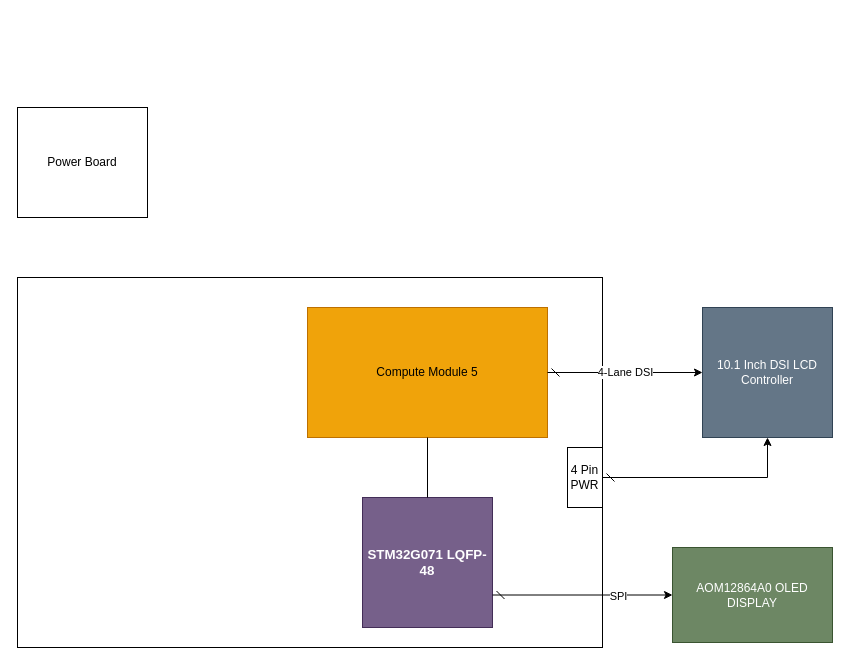
Above: ADS-B Tracker Hardware.drawio in Adaboss/Senior-Design- (draw.io), before the change. Source tidied: cells renumbered, new cells numbered last; positions are measured from the earlier drawing's top-left corner, leaving out a move shared by most shapes. Both pictures are drawn from the tidied source at 100%, with x=0, y=0 at pixel (17, 107).
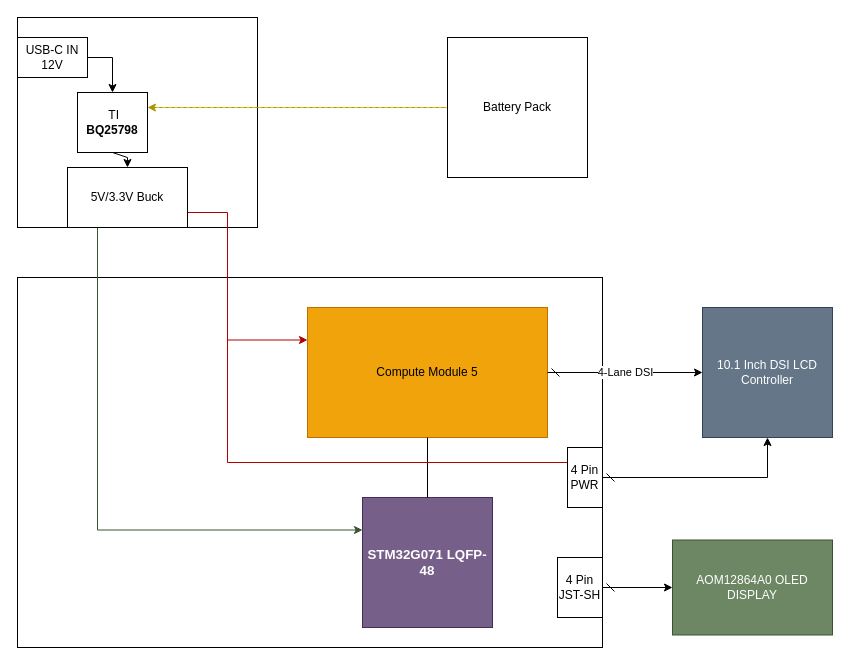
The same diagram, later.

Commit message:
Add Power Board Drawing

The change refers to these unchanged cells:
```xml
<mxCell id="3" value="Compute Module 5" style="rounded=0;whiteSpace=wrap;html=1;fillColor=#f0a30a;fontColor=#000000;strokeColor=#BD7000;" parent="1" vertex="1">
  <mxGeometry x="290" y="200" width="240" height="130" as="geometry" />
</mxCell>
<mxCell id="6" value="&lt;span style=&quot;font-family: Calibri; font-size: 10pt;&quot;&gt;&lt;strong&gt;STM32G071 LQFP-48&lt;/strong&gt;&lt;/span&gt;" style="whiteSpace=wrap;html=1;fillColor=#76608a;fontColor=#ffffff;strokeColor=#432D57;" parent="1" vertex="1">
  <mxGeometry x="345" y="390" width="130" height="130" as="geometry" />
</mxCell>
<mxCell id="11" value="4 Pin PWR" style="rounded=0;whiteSpace=wrap;html=1;" parent="1" vertex="1">
  <mxGeometry x="550" y="340" width="35" height="60" as="geometry" />
</mxCell>
```

Change to the diagram source:
```diff
@@
     <mxCell id="7" value="&lt;p style=&quot;&quot;&gt;&lt;font face=&quot;Helvetica&quot;&gt;&lt;br&gt;&lt;/font&gt;&lt;/p&gt;&lt;p style=&quot;&quot;&gt;&lt;font face=&quot;Helvetica&quot;&gt;AOM12864A0 OLED DISPLAY&lt;/font&gt;&lt;br&gt;&lt;/p&gt;&lt;p style=&quot;&quot;&gt;&lt;br&gt;&lt;/p&gt;" style="rounded=0;whiteSpace=wrap;html=1;fontColor=#ffffff;fillColor=#6d8764;strokeColor=#3A5431;align=center;" parent="1" vertex="1">
-      <mxGeometry x="655" y="440" width="160" height="95" as="geometry" />
+      <mxGeometry x="655" y="432.5" width="160" height="95" as="geometry" />
     </mxCell>
-    <mxCell id="8" style="endArrow=classic;html=1;rounded=0;defaultLabelBackgroundColor=page;exitX=1;exitY=0.75;exitDx=0;exitDy=0;entryX=0;entryY=0.5;entryDx=0;entryDy=0;startArrow=dash;startFill=0;" parent="1" edge="1" source="6" target="7">
-      <mxGeometry relative="1" as="geometry" />
-    </mxCell>
-    <mxCell id="9" value="SPI" style="edgeLabel;html=1;align=center;verticalAlign=middle;inheritText=1;defaultLabelBackgroundColor=page;" parent="8" vertex="1">
-      <mxGeometry x="0.39" relative="1" as="geometry">
-        <mxPoint y="1" as="offset" />
-      </mxGeometry>
-    </mxCell>
@@
+    <mxCell id="14" style="edgeStyle=none;rounded=0;jettySize=auto;html=1;exitX=0;exitY=0.25;exitDx=0;exitDy=0;entryX=1;entryY=0.75;entryDx=0;entryDy=0;defaultLabelBackgroundColor=page;fillColor=#e51400;strokeColor=#B20000;" parent="1" edge="1" source="11" target="25">
+      <mxGeometry relative="1" as="geometry">
+        <Array as="points">
+          <mxPoint x="210" y="355" />
+          <mxPoint x="210" y="105" />
+        </Array>
+      </mxGeometry>
+    </mxCell>
@@
-    <mxCell id="13" value="Power Board" style="rounded=0;whiteSpace=wrap;html=1;" parent="1" vertex="1">
-      <mxGeometry width="130" height="110" as="geometry" />
+    <mxCell id="13" style="rounded=0;whiteSpace=wrap;html=1;align=left;" parent="1" vertex="1">
+      <mxGeometry y="-90" width="240" height="210" as="geometry" />
     </mxCell>
+    <mxCell id="15" value="4 Pin JST-SH" style="rounded=0;whiteSpace=wrap;html=1;" parent="1" vertex="1">
+      <mxGeometry x="540" y="450" width="45" height="60" as="geometry" />
+    </mxCell>
+    <mxCell id="16" style="endArrow=classic;html=1;rounded=0;defaultLabelBackgroundColor=page;exitX=1;exitY=0.5;exitDx=0;exitDy=0;entryX=0;entryY=0.5;entryDx=0;entryDy=0;startArrow=dash;startFill=0;" parent="1" edge="1" source="15" target="7">
+      <mxGeometry relative="1" as="geometry" />
+    </mxCell>
+    <mxCell id="17" style="edgeStyle=none;rounded=0;jettySize=auto;html=1;exitX=0;exitY=0.5;exitDx=0;exitDy=0;entryX=1;entryY=0.25;entryDx=0;entryDy=0;defaultLabelBackgroundColor=page;fillColor=#e3c800;strokeColor=#B09500;shape=wire;dashed=1;" parent="1" edge="1" source="18" target="22">
+      <mxGeometry relative="1" as="geometry" />
+    </mxCell>
+    <mxCell id="18" value="Battery Pack" style="whiteSpace=wrap;html=1;" parent="1" vertex="1">
+      <mxGeometry x="430" y="-70" width="140" height="140" as="geometry" />
+    </mxCell>
+    <mxCell id="19" style="edgeStyle=none;rounded=0;jettySize=auto;html=1;exitX=1;exitY=0.5;exitDx=0;exitDy=0;entryX=0.5;entryY=0;entryDx=0;entryDy=0;defaultLabelBackgroundColor=page;" parent="1" edge="1" source="20" target="22">
+      <mxGeometry relative="1" as="geometry">
+        <Array as="points">
+          <mxPoint x="95" y="-50" />
+        </Array>
+      </mxGeometry>
+    </mxCell>
+    <mxCell id="20" value="USB-C IN 12V" style="rounded=0;whiteSpace=wrap;html=1;" parent="1" vertex="1">
+      <mxGeometry y="-70" width="70" height="40" as="geometry" />
+    </mxCell>
+    <mxCell id="21" style="edgeStyle=none;rounded=0;jettySize=auto;html=1;exitX=0.5;exitY=1;exitDx=0;exitDy=0;entryX=0.5;entryY=0;entryDx=0;entryDy=0;defaultLabelBackgroundColor=page;" parent="1" edge="1" source="22" target="25">
+      <mxGeometry relative="1" as="geometry">
+        <Array as="points">
+          <mxPoint x="110" y="50" />
+        </Array>
+      </mxGeometry>
+    </mxCell>
+    <mxCell id="22" value="&amp;nbsp;TI &lt;strong&gt;BQ25798&lt;/strong&gt;" style="rounded=0;whiteSpace=wrap;html=1;" parent="1" vertex="1">
+      <mxGeometry x="60" y="-15" width="70" height="60" as="geometry" />
+    </mxCell>
+    <mxCell id="23" style="edgeStyle=none;rounded=0;jettySize=auto;html=1;exitX=0.25;exitY=1;exitDx=0;exitDy=0;entryX=0;entryY=0.25;entryDx=0;entryDy=0;defaultLabelBackgroundColor=page;fillColor=#6d8764;strokeColor=#3A5431;" parent="1" edge="1" source="25" target="6">
+      <mxGeometry relative="1" as="geometry">
+        <Array as="points">
+          <mxPoint x="80" y="422.5" />
+        </Array>
+      </mxGeometry>
+    </mxCell>
+    <mxCell id="24" style="edgeStyle=none;rounded=0;jettySize=auto;html=1;exitX=1;exitY=0.75;exitDx=0;exitDy=0;entryX=0;entryY=0.25;entryDx=0;entryDy=0;defaultLabelBackgroundColor=page;fillColor=#e51400;strokeColor=#B20000;" parent="1" edge="1" source="25" target="3">
+      <mxGeometry relative="1" as="geometry">
+        <Array as="points">
+          <mxPoint x="210" y="105" />
+          <mxPoint x="210" y="232.5" />
+        </Array>
+      </mxGeometry>
+    </mxCell>
+    <mxCell id="25" value="5V/3.3V Buck" style="rounded=0;whiteSpace=wrap;html=1;" parent="1" vertex="1">
+      <mxGeometry x="50" y="60" width="120" height="60" as="geometry" />
+    </mxCell>
```
